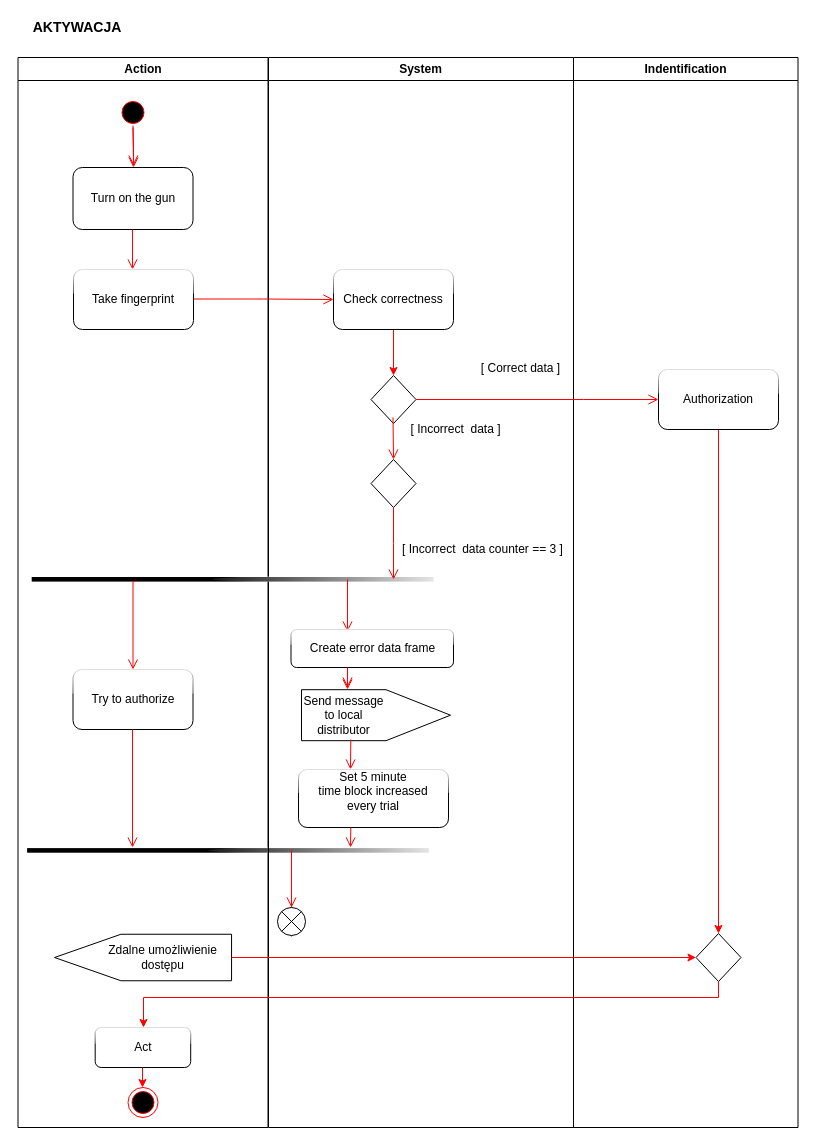
Earlier version of the draw.io diagram smart_gun_activity_diagram.drawio (mardyr/UML-and-diagrams). Source tidied: cells renumbered, new cells numbered last; positions are measured from the earlier drawing's top-left corner, leaving out a move shared by most shapes. Both pictures are drawn from the tidied source at 100%, with x=0, y=0 at pixel (17, 17).
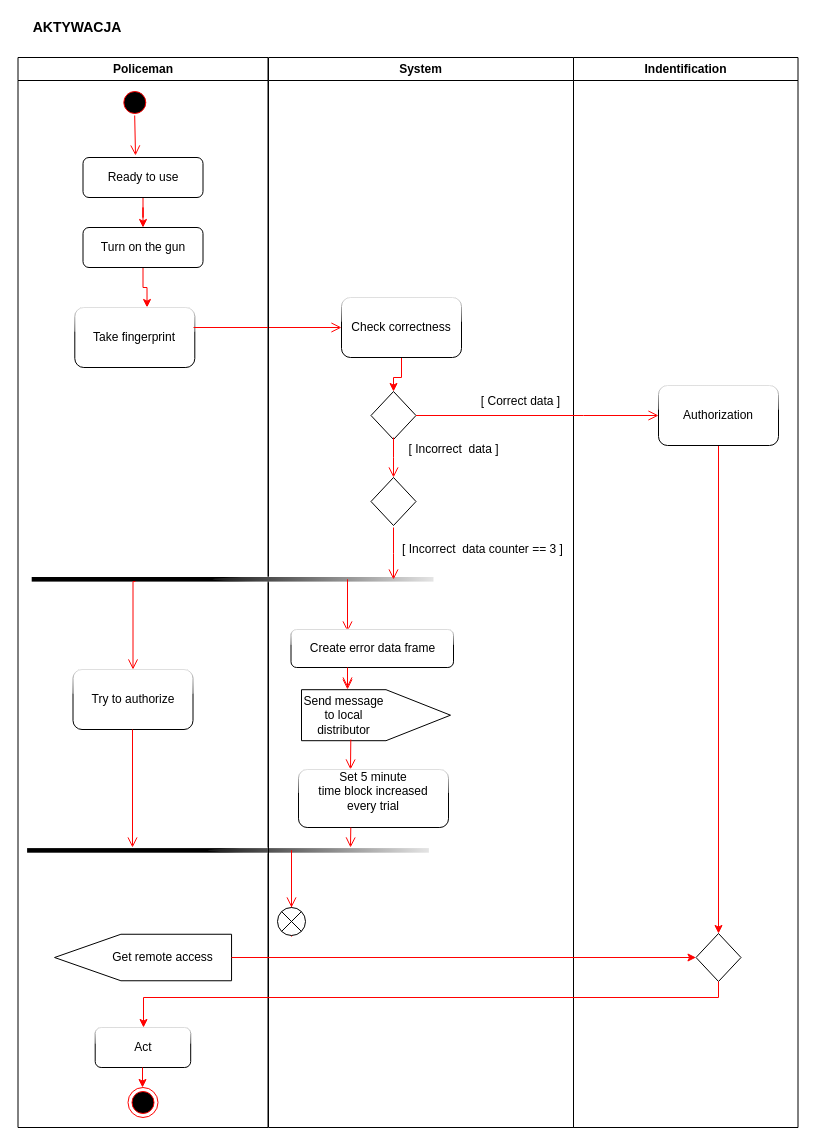
The same page after the edit.

Unchanged cells that the change refers to:
```xml
<mxCell id="17" value="System" style="swimlane;whiteSpace=wrap;" parent="1" vertex="1">
  <mxGeometry x="251" y="40" width="305" height="1070" as="geometry" />
</mxCell>
<mxCell id="36" value="Indentification" style="swimlane;whiteSpace=wrap;" parent="1" vertex="1">
  <mxGeometry x="556" y="40" width="224.5" height="1070" as="geometry" />
</mxCell>
```

Change to the diagram source:
```diff
@@
-    <mxCell id="2" value="Action" style="swimlane;whiteSpace=wrap;" parent="1" vertex="1">
+    <mxCell id="2" value="Policeman" style="swimlane;whiteSpace=wrap;" parent="1" vertex="1">
       <mxGeometry x="0.5" y="40" width="250" height="1070" as="geometry" />
     </mxCell>
     <mxCell id="3" style="ellipse;shape=startState;fillColor=#000000;strokeColor=#ff0000;" parent="2" vertex="1">
-      <mxGeometry x="100" y="40" width="30" height="30" as="geometry" />
+      <mxGeometry x="101.8" y="30" width="30" height="30" as="geometry" />
     </mxCell>
-    <mxCell id="4" style="edgeStyle=elbowEdgeStyle;elbow=horizontal;verticalAlign=bottom;endArrow=open;endSize=8;strokeColor=#FF0000;endFill=1;rounded=0;" parent="2" edge="1" source="3">
-      <mxGeometry x="100" y="40" as="geometry">
-        <mxPoint x="115.5" y="110" as="targetPoint" />
-      </mxGeometry>
-    </mxCell>
+    <mxCell id="50" style="edgeStyle=orthogonalEdgeStyle;rounded=0;jettySize=auto;html=1;entryX=0.602;entryY=0;entryDx=0;entryDy=0;entryPerimeter=0;strokeColor=#FF0000;" parent="2" edge="1" source="5" target="7">
+      <mxGeometry relative="1" as="geometry" />
+    </mxCell>
     <mxCell id="5" value="Turn on the gun" style="rounded=1;whiteSpace=wrap;html=1;" parent="2" vertex="1">
-      <mxGeometry x="55" y="110" width="120" height="62" as="geometry" />
+      <mxGeometry x="65" y="170" width="120" height="40" as="geometry" />
     </mxCell>
-    <mxCell id="6" style="edgeStyle=elbowEdgeStyle;elbow=horizontal;verticalAlign=bottom;endArrow=open;endSize=8;strokeColor=#FF0000;endFill=1;rounded=0;" parent="2" edge="1">
-      <mxGeometry x="-65" y="14" as="geometry">
-        <mxPoint x="114.5" y="172" as="sourcePoint" />
-        <mxPoint x="115" y="212" as="targetPoint" />
-      </mxGeometry>
-    </mxCell>
     <mxCell id="7" value="Take fingerprint" style="rounded=1;whiteSpace=wrap;html=1;glass=1;" parent="2" vertex="1">
-      <mxGeometry x="55.5" y="212" width="120" height="60" as="geometry" />
+      <mxGeometry x="56.8" y="250" width="120" height="60" as="geometry" />
     </mxCell>
     <mxCell id="8" style="edgeStyle=elbowEdgeStyle;elbow=horizontal;verticalAlign=bottom;endArrow=open;endSize=8;strokeColor=#FF0000;endFill=1;rounded=0;entryX=0;entryY=0.5;entryDx=0;entryDy=0;" parent="2" edge="1" target="19">
       <mxGeometry x="-4" y="83.5" as="geometry">
-        <mxPoint x="175.5" y="241.5" as="sourcePoint" />
+        <mxPoint x="175.5" y="270" as="sourcePoint" />
+        <Array as="points">
+          <mxPoint x="280" y="270" />
+        </Array>
       </mxGeometry>
     </mxCell>
@@
-    <mxCell id="14" value="Zdalne umożliwienie dostępu" style="text;html=1;strokeColor=none;fillColor=none;align=center;verticalAlign=middle;whiteSpace=wrap;rounded=0;glass=1;" parent="2" vertex="1">
+    <mxCell id="14" value="Get remote access" style="text;html=1;strokeColor=none;fillColor=none;align=center;verticalAlign=middle;whiteSpace=wrap;rounded=0;glass=1;" parent="2" vertex="1">
       <mxGeometry x="77.8" y="890" width="134.5" height="20" as="geometry" />
     </mxCell>
@@
+    <mxCell id="51" style="edgeStyle=orthogonalEdgeStyle;rounded=0;jettySize=auto;html=1;strokeColor=#FF0000;" parent="2" edge="1" source="52" target="5">
+      <mxGeometry relative="1" as="geometry" />
+    </mxCell>
+    <mxCell id="52" value="Ready to use" style="rounded=1;whiteSpace=wrap;html=1;" parent="2" vertex="1">
+      <mxGeometry x="65" y="100" width="120" height="40" as="geometry" />
+    </mxCell>
@@
     <mxCell id="19" value="Check correctness" style="rounded=1;whiteSpace=wrap;html=1;glass=1;" parent="17" vertex="1">
-      <mxGeometry x="65" y="212" width="120" height="60" as="geometry" />
+      <mxGeometry x="73" y="240" width="120" height="60" as="geometry" />
     </mxCell>
     <mxCell id="20" style="rhombus;whiteSpace=wrap;html=1;glass=1;" parent="17" vertex="1">
-      <mxGeometry x="102.5" y="318" width="45" height="48" as="geometry" />
+      <mxGeometry x="102.5" y="334" width="45" height="48" as="geometry" />
     </mxCell>
     <mxCell id="21" style="edgeStyle=elbowEdgeStyle;elbow=horizontal;verticalAlign=bottom;endArrow=open;endSize=8;strokeColor=#FF0000;endFill=1;rounded=0;entryX=0.5;entryY=0;entryDx=0;entryDy=0;" parent="17" edge="1" target="24">
       <mxGeometry x="-664.5" y="-54" as="geometry">
-        <mxPoint x="124.5" y="360" as="sourcePoint" />
+        <mxPoint x="125" y="380" as="sourcePoint" />
       </mxGeometry>
     </mxCell>
     <mxCell id="22" value="[ Correct data ]" style="text;html=1;strokeColor=none;fillColor=none;align=center;verticalAlign=middle;whiteSpace=wrap;rounded=0;glass=1;" parent="17" vertex="1">
-      <mxGeometry x="200" y="300.9" width="105" height="20" as="geometry" />
+      <mxGeometry x="200" y="334" width="105" height="20" as="geometry" />
     </mxCell>
     <mxCell id="23" value="[ Incorrect&amp;nbsp; data ]" style="text;html=1;strokeColor=none;fillColor=none;align=center;verticalAlign=middle;whiteSpace=wrap;rounded=0;glass=1;" parent="17" vertex="1">
-      <mxGeometry x="135" y="362" width="105" height="20" as="geometry" />
+      <mxGeometry x="133" y="382" width="105" height="20" as="geometry" />
     </mxCell>
     <mxCell id="24" style="rhombus;whiteSpace=wrap;html=1;glass=1;" parent="17" vertex="1">
-      <mxGeometry x="102.5" y="402" width="45" height="48" as="geometry" />
+      <mxGeometry x="102.5" y="420" width="45" height="48" as="geometry" />
     </mxCell>
@@
-    <mxCell id="26" style="edgeStyle=elbowEdgeStyle;elbow=horizontal;verticalAlign=bottom;endArrow=open;endSize=8;strokeColor=#FF0000;endFill=1;rounded=0;exitX=0.5;exitY=1;exitDx=0;exitDy=0;" parent="17" edge="1" source="24">
+    <mxCell id="26" style="edgeStyle=elbowEdgeStyle;elbow=horizontal;verticalAlign=bottom;endArrow=open;endSize=8;strokeColor=#FF0000;endFill=1;rounded=0;" parent="17" edge="1">
       <mxGeometry x="-1049" y="-80" as="geometry">
+        <mxPoint x="125" y="470" as="sourcePoint" />
         <mxPoint x="125" y="522" as="targetPoint" />
       </mxGeometry>
     </mxCell>
@@
     <mxCell id="38" value="Authorization" style="rounded=1;whiteSpace=wrap;html=1;glass=1;" parent="36" vertex="1">
-      <mxGeometry x="85" y="312" width="120" height="60" as="geometry" />
+      <mxGeometry x="85" y="328" width="120" height="60" as="geometry" />
     </mxCell>
@@
     <mxCell id="42" style="edgeStyle=elbowEdgeStyle;elbow=horizontal;verticalAlign=bottom;endArrow=open;endSize=8;strokeColor=#FF0000;endFill=1;rounded=0;" parent="1" edge="1">
-      <mxGeometry x="100" y="-20" as="geometry">
-        <mxPoint x="115.5" y="108" as="sourcePoint" />
-        <mxPoint x="116" y="148" as="targetPoint" />
+      <mxGeometry x="101.8" y="-30" as="geometry">
+        <mxPoint x="117.2" y="98" as="sourcePoint" />
+        <mxPoint x="117.8" y="138" as="targetPoint" />
       </mxGeometry>
     </mxCell>
```
